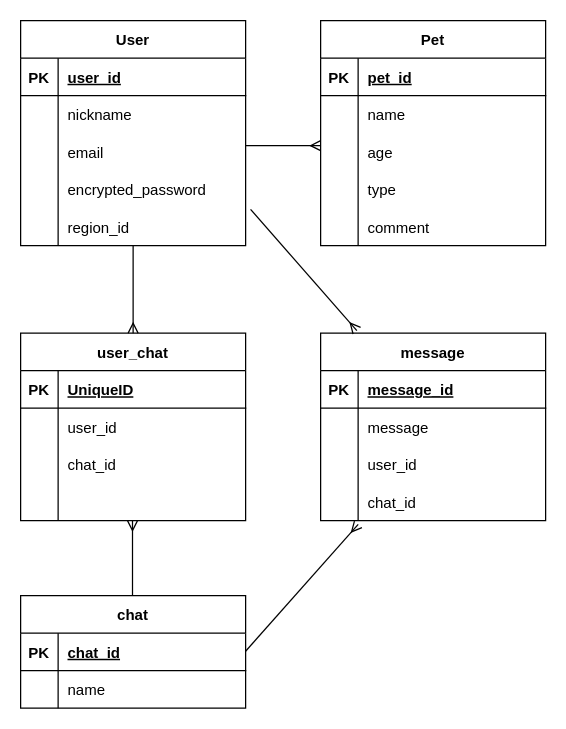
n-ira-if/Bindung-der-Tiere keeps this draw.io diagram as ER.dio. Above is the earlier version. Source tidied: cells renumbered, new cells numbered last; positions are measured from the earlier drawing's top-left corner, leaving out a move shared by most shapes. Both pictures are drawn from the tidied source at 125%, with x=0, y=0 at pixel (20, 20).
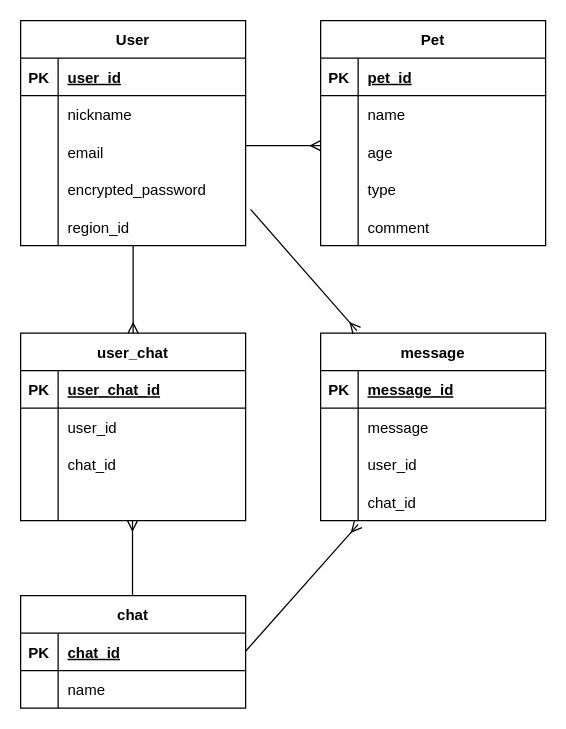
The same diagram, later.

Unchanged cells that the change refers to:
```xml
<mxCell id="55" style="shape=tableRow;horizontal=0;startSize=0;swimlaneHead=0;swimlaneBody=0;fillColor=none;top=0;left=0;right=0;bottom=1;" parent="54" vertex="1">
  <mxGeometry y="30" width="180" height="30" as="geometry" />
</mxCell>
```

Diff of the diagram source:
```diff
@@
-    <mxCell id="57" value="UniqueID" style="shape=partialRectangle;fillColor=none;top=0;left=0;bottom=0;right=0;align=left;spacingLeft=6;fontStyle=5;overflow=hidden;" parent="55" vertex="1">
+    <mxCell id="57" value="user_chat_id" style="shape=partialRectangle;fillColor=none;top=0;left=0;bottom=0;right=0;align=left;spacingLeft=6;fontStyle=5;overflow=hidden;" parent="55" vertex="1">
       <mxGeometry x="30" width="150" height="30" as="geometry" />
     </mxCell>
```
